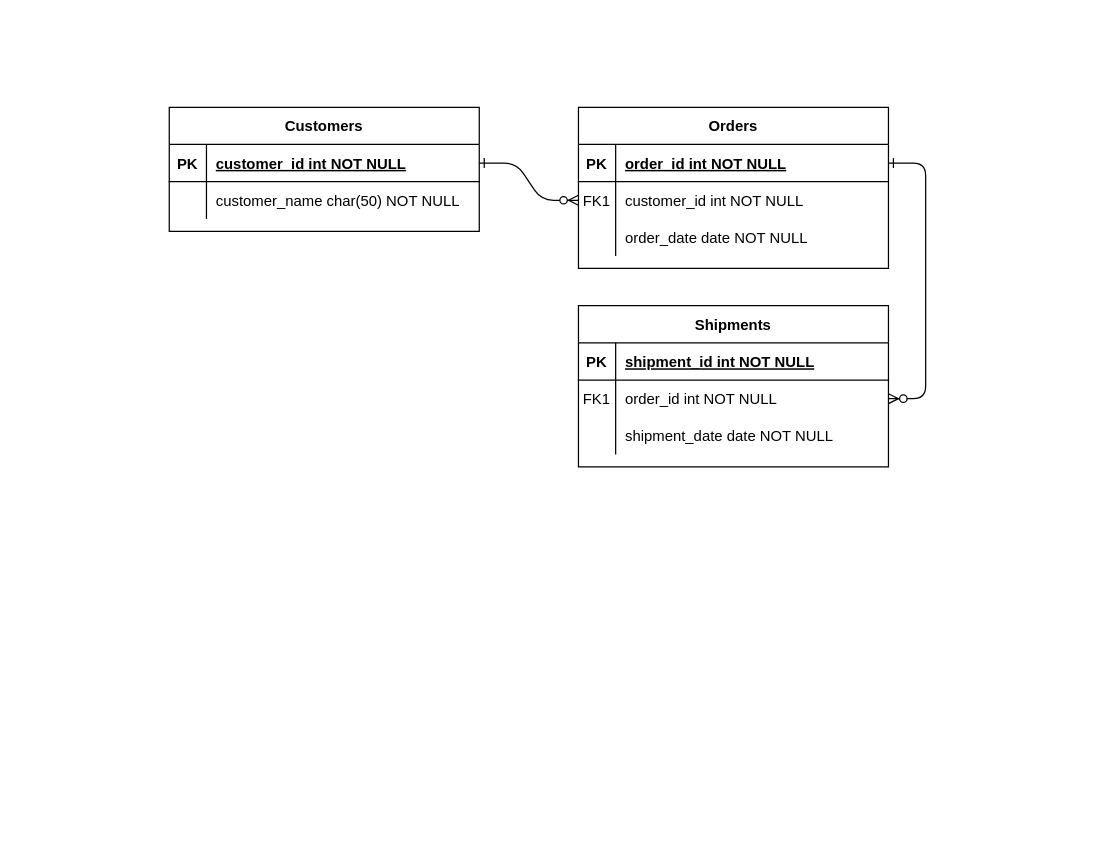
Earlier version of the draw.io diagram Projeck Kost-kostan.drawio (Adamyr159/Basis-Data-). Source tidied: cells renumbered, new cells numbered last; positions are measured from the earlier drawing's top-left corner, leaving out a move shared by most shapes. Both pictures are drawn from the tidied source at 124%, with x=0, y=0 at pixel (169, 107).
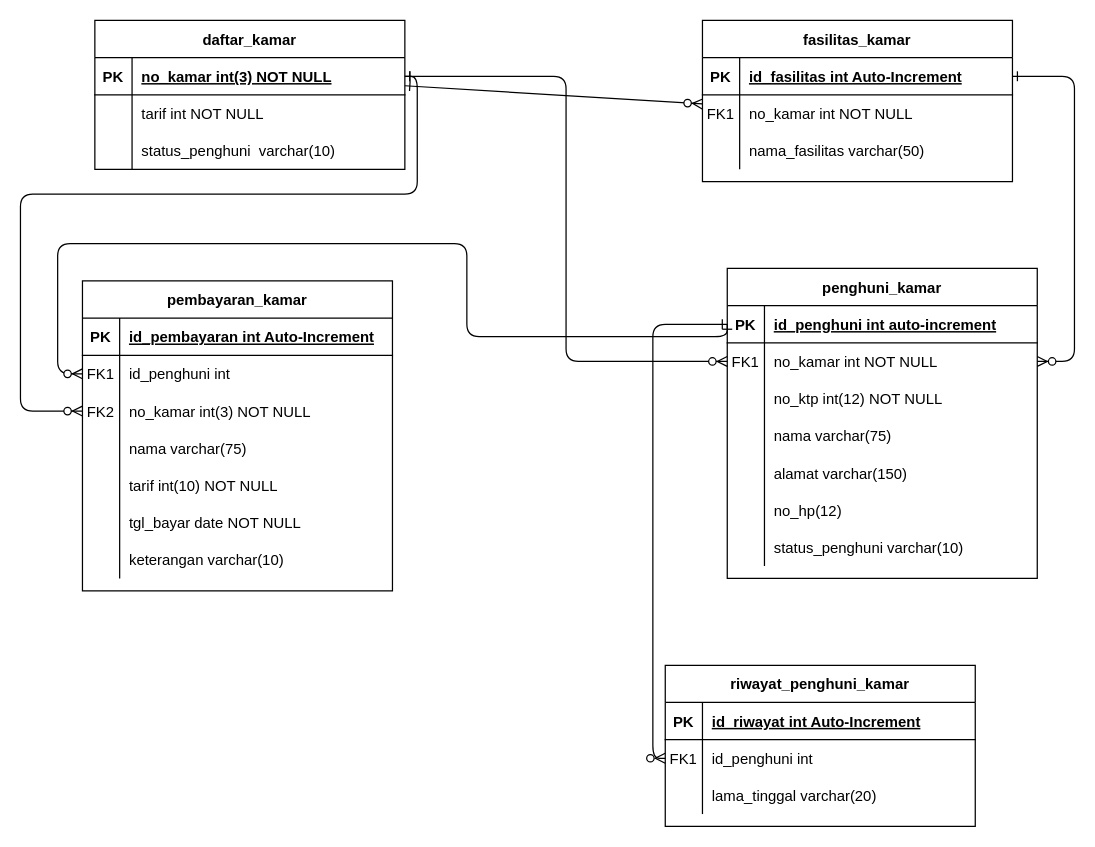
The same page after the edit.

Unchanged cells that the change refers to:
```xml
<mxCell id="5" style="shape=partialRectangle;fillColor=none;points=[[0,0.5],[1,0.5]];portConstraint=eastwest;top=0;left=0;right=0;bottom=1;" parent="4" vertex="1">
  <mxGeometry y="30" width="250" height="30" as="geometry" />
</mxCell>
<mxCell id="8" style="shape=partialRectangle;fillColor=none;points=[[0,0.5],[1,0.5]];portConstraint=eastwest;top=0;left=0;right=0;bottom=0;" parent="4" vertex="1">
  <mxGeometry y="60" width="250" height="30" as="geometry" />
</mxCell>
<mxCell id="11" style="shape=partialRectangle;fillColor=none;top=0;left=0;right=0;bottom=0;" parent="4" vertex="1">
  <mxGeometry y="90" width="250" height="30" as="geometry" />
</mxCell>
<mxCell id="15" style="shape=partialRectangle;fillColor=none;points=[[0,0.5],[1,0.5]];portConstraint=eastwest;top=0;left=0;right=0;bottom=1;" parent="14" vertex="1">
  <mxGeometry y="30" width="250" height="30" as="geometry" />
</mxCell>
<mxCell id="18" style="shape=partialRectangle;fillColor=none;points=[[0,0.5],[1,0.5]];portConstraint=eastwest;top=0;left=0;right=0;bottom=0;" parent="14" vertex="1">
  <mxGeometry y="60" width="250" height="30" as="geometry" />
</mxCell>
<mxCell id="21" style="shape=partialRectangle;fillColor=none;top=0;left=0;right=0;bottom=0;" parent="14" vertex="1">
  <mxGeometry y="90" width="250" height="30" as="geometry" />
</mxCell>
<mxCell id="25" style="shape=partialRectangle;fillColor=none;points=[[0,0.5],[1,0.5]];portConstraint=eastwest;top=0;left=0;right=0;bottom=1;" parent="24" vertex="1">
  <mxGeometry y="30" width="250" height="30" as="geometry" />
</mxCell>
<mxCell id="28" style="shape=partialRectangle;fillColor=none;top=0;left=0;right=0;bottom=0;" parent="24" vertex="1">
  <mxGeometry y="60" width="250" height="30" as="geometry" />
</mxCell>
```

The edit, as a diff of the source:
```diff
@@
-    <mxCell id="2" style="edgeStyle=entityRelationEdgeStyle;endArrow=ERzeroToMany;startArrow=ERone;endFill=1;startFill=0;" parent="1" edge="1" source="25" target="8">
+    <mxCell id="2" style="endArrow=ERzeroToMany;startArrow=ERone;endFill=1;startFill=0;" parent="1" edge="1" source="25" target="8">
       <mxGeometry relative="1" as="geometry" />
     </mxCell>
@@
-    <mxCell id="4" value="Orders" style="shape=table;startSize=30;childLayout=tableLayout;rowLines=0;fontStyle=1;align=center;" parent="1" vertex="1">
-      <mxGeometry x="330" width="250" height="130" as="geometry" />
+    <mxCell id="4" value="fasilitas_kamar" style="shape=table;startSize=30;childLayout=tableLayout;rowLines=0;fontStyle=1;align=center;" parent="1" vertex="1">
+      <mxGeometry x="430" y="-70" width="250" height="130" as="geometry" />
     </mxCell>
@@
-    <mxCell id="7" value="order_id int NOT NULL " style="shape=partialRectangle;overflow=hidden;fillColor=none;top=0;left=0;bottom=0;right=0;align=left;spacingLeft=6;fontStyle=5;" parent="5" vertex="1">
+    <mxCell id="7" value="id_fasilitas int Auto-Increment" style="shape=partialRectangle;overflow=hidden;fillColor=none;top=0;left=0;bottom=0;right=0;align=left;spacingLeft=6;fontStyle=5;" parent="5" vertex="1">
       <mxGeometry x="30" width="220" height="30" as="geometry" />
     </mxCell>
@@
-    <mxCell id="10" value="customer_id int NOT NULL" style="shape=partialRectangle;overflow=hidden;fillColor=none;top=0;left=0;bottom=0;right=0;align=left;spacingLeft=6;" parent="8" vertex="1">
+    <mxCell id="10" value="no_kamar int NOT NULL" style="shape=partialRectangle;overflow=hidden;fillColor=none;top=0;left=0;bottom=0;right=0;align=left;spacingLeft=6;" parent="8" vertex="1">
       <mxGeometry x="30" width="220" height="30" as="geometry" />
     </mxCell>
@@
-    <mxCell id="13" value="order_date date NOT NULL" style="shape=partialRectangle;overflow=hidden;fillColor=none;top=0;left=0;bottom=0;right=0;align=left;spacingLeft=6;" parent="11" vertex="1">
+    <mxCell id="13" value="nama_fasilitas varchar(50)" style="shape=partialRectangle;overflow=hidden;fillColor=none;top=0;left=0;bottom=0;right=0;align=left;spacingLeft=6;" parent="11" vertex="1">
       <mxGeometry x="30" width="220" height="30" as="geometry" />
     </mxCell>
-    <mxCell id="14" value="Shipments" style="shape=table;startSize=30;childLayout=tableLayout;rowLines=0;fontStyle=1;align=center;" parent="1" vertex="1">
-      <mxGeometry x="330" y="160" width="250" height="130" as="geometry" />
+    <mxCell id="14" value="penghuni_kamar" style="shape=table;startSize=30;childLayout=tableLayout;rowLines=0;fontStyle=1;align=center;" parent="1" vertex="1">
+      <mxGeometry x="450" y="130" width="250" height="250" as="geometry" />
     </mxCell>
@@
-    <mxCell id="17" value="shipment_id int NOT NULL " style="shape=partialRectangle;overflow=hidden;fillColor=none;top=0;left=0;bottom=0;right=0;align=left;spacingLeft=6;fontStyle=5;" parent="15" vertex="1">
+    <mxCell id="17" value="id_penghuni int auto-increment" style="shape=partialRectangle;overflow=hidden;fillColor=none;top=0;left=0;bottom=0;right=0;align=left;spacingLeft=6;fontStyle=5;" parent="15" vertex="1">
       <mxGeometry x="30" width="220" height="30" as="geometry" />
     </mxCell>
@@
-    <mxCell id="20" value="order_id int NOT NULL" style="shape=partialRectangle;overflow=hidden;fillColor=none;top=0;left=0;bottom=0;right=0;align=left;spacingLeft=6;" parent="18" vertex="1">
+    <mxCell id="20" value="no_kamar int NOT NULL" style="shape=partialRectangle;overflow=hidden;fillColor=none;top=0;left=0;bottom=0;right=0;align=left;spacingLeft=6;" parent="18" vertex="1">
       <mxGeometry x="30" width="220" height="30" as="geometry" />
     </mxCell>
@@
-    <mxCell id="23" value="shipment_date date NOT NULL" style="shape=partialRectangle;overflow=hidden;fillColor=none;top=0;left=0;bottom=0;right=0;align=left;spacingLeft=6;" parent="21" vertex="1">
+    <mxCell id="23" value="no_ktp int(12) NOT NULL" style="shape=partialRectangle;overflow=hidden;fillColor=none;top=0;left=0;bottom=0;right=0;align=left;spacingLeft=6;" parent="21" vertex="1">
       <mxGeometry x="30" width="220" height="30" as="geometry" />
     </mxCell>
+    <mxCell id="31" style="shape=partialRectangle;fillColor=none;top=0;left=0;right=0;bottom=0;" parent="14" vertex="1">
+      <mxGeometry y="120" width="250" height="30" as="geometry" />
+    </mxCell>
+    <mxCell id="32" style="shape=partialRectangle;overflow=hidden;fillColor=none;top=0;left=0;bottom=0;right=0;" parent="31" vertex="1">
+      <mxGeometry width="30" height="30" as="geometry" />
+    </mxCell>
+    <mxCell id="33" value="nama varchar(75) " style="shape=partialRectangle;overflow=hidden;fillColor=none;top=0;left=0;bottom=0;right=0;align=left;spacingLeft=6;" parent="31" vertex="1">
+      <mxGeometry x="30" width="220" height="30" as="geometry" />
+    </mxCell>
+    <mxCell id="34" style="shape=partialRectangle;fillColor=none;top=0;left=0;right=0;bottom=0;" parent="14" vertex="1">
+      <mxGeometry y="150" width="250" height="30" as="geometry" />
+    </mxCell>
+    <mxCell id="35" style="shape=partialRectangle;overflow=hidden;fillColor=none;top=0;left=0;bottom=0;right=0;" parent="34" vertex="1">
+      <mxGeometry width="30" height="30" as="geometry" />
+    </mxCell>
+    <mxCell id="36" value="alamat varchar(150) " style="shape=partialRectangle;overflow=hidden;fillColor=none;top=0;left=0;bottom=0;right=0;align=left;spacingLeft=6;" parent="34" vertex="1">
+      <mxGeometry x="30" width="220" height="30" as="geometry" />
+    </mxCell>
+    <mxCell id="37" style="shape=partialRectangle;fillColor=none;top=0;left=0;right=0;bottom=0;" parent="14" vertex="1">
+      <mxGeometry y="180" width="250" height="30" as="geometry" />
+    </mxCell>
+    <mxCell id="38" style="shape=partialRectangle;overflow=hidden;fillColor=none;top=0;left=0;bottom=0;right=0;" parent="37" vertex="1">
+      <mxGeometry width="30" height="30" as="geometry" />
+    </mxCell>
+    <mxCell id="39" value="no_hp(12) " style="shape=partialRectangle;overflow=hidden;fillColor=none;top=0;left=0;bottom=0;right=0;align=left;spacingLeft=6;" parent="37" vertex="1">
+      <mxGeometry x="30" width="220" height="30" as="geometry" />
+    </mxCell>
+    <mxCell id="40" style="shape=partialRectangle;fillColor=none;top=0;left=0;right=0;bottom=0;" parent="14" vertex="1">
+      <mxGeometry y="210" width="250" height="30" as="geometry" />
+    </mxCell>
+    <mxCell id="41" style="shape=partialRectangle;overflow=hidden;fillColor=none;top=0;left=0;bottom=0;right=0;" parent="40" vertex="1">
+      <mxGeometry width="30" height="30" as="geometry" />
+    </mxCell>
+    <mxCell id="42" value="status_penghuni varchar(10)" style="shape=partialRectangle;overflow=hidden;fillColor=none;top=0;left=0;bottom=0;right=0;align=left;spacingLeft=6;" parent="40" vertex="1">
+      <mxGeometry x="30" width="220" height="30" as="geometry" />
+    </mxCell>
-    <mxCell id="24" value="Customers" style="shape=table;startSize=30;childLayout=tableLayout;rowLines=0;fontStyle=1;align=center;" parent="1" vertex="1">
-      <mxGeometry width="250" height="100" as="geometry" />
+    <mxCell id="24" value="daftar_kamar" style="shape=table;startSize=30;childLayout=tableLayout;rowLines=0;fontStyle=1;align=center;" parent="1" vertex="1">
+      <mxGeometry x="-60" y="-70" width="250" height="120" as="geometry" />
     </mxCell>
@@
-    <mxCell id="27" value="customer_id int NOT NULL " style="shape=partialRectangle;overflow=hidden;fillColor=none;top=0;left=0;bottom=0;right=0;align=left;spacingLeft=6;fontStyle=5;" parent="25" vertex="1">
+    <mxCell id="27" value="no_kamar int(3) NOT NULL" style="shape=partialRectangle;overflow=hidden;fillColor=none;top=0;left=0;bottom=0;right=0;align=left;spacingLeft=6;fontStyle=5;" parent="25" vertex="1">
       <mxGeometry x="30" width="220" height="30" as="geometry" />
     </mxCell>
@@
-    <mxCell id="30" value="customer_name char(50) NOT NULL" style="shape=partialRectangle;overflow=hidden;fillColor=none;top=0;left=0;bottom=0;right=0;align=left;spacingLeft=6;" parent="28" vertex="1">
+    <mxCell id="30" value="tarif int NOT NULL" style="shape=partialRectangle;overflow=hidden;fillColor=none;top=0;left=0;bottom=0;right=0;align=left;spacingLeft=6;" parent="28" vertex="1">
       <mxGeometry x="30" width="220" height="30" as="geometry" />
     </mxCell>
+    <mxCell id="43" style="shape=partialRectangle;fillColor=none;top=0;left=0;right=0;bottom=0;" parent="24" vertex="1">
+      <mxGeometry y="90" width="250" height="30" as="geometry" />
+    </mxCell>
+    <mxCell id="44" style="shape=partialRectangle;overflow=hidden;fillColor=none;top=0;left=0;bottom=0;right=0;" parent="43" vertex="1">
+      <mxGeometry width="30" height="30" as="geometry" />
+    </mxCell>
+    <mxCell id="45" value="status_penghuni  varchar(10)" style="shape=partialRectangle;overflow=hidden;fillColor=none;top=0;left=0;bottom=0;right=0;align=left;spacingLeft=6;" parent="43" vertex="1">
+      <mxGeometry x="30" width="220" height="30" as="geometry" />
+    </mxCell>
+    <mxCell id="46" value="pembayaran_kamar" style="shape=table;startSize=30;childLayout=tableLayout;rowLines=0;fontStyle=1;align=center;" parent="1" vertex="1">
+      <mxGeometry x="-70" y="140" width="250" height="250" as="geometry" />
+    </mxCell>
+    <mxCell id="47" style="shape=partialRectangle;fillColor=none;top=0;left=0;right=0;bottom=1;" parent="46" vertex="1">
+      <mxGeometry y="30" width="250" height="30" as="geometry" />
+    </mxCell>
+    <mxCell id="48" value="PK" style="shape=partialRectangle;overflow=hidden;fillColor=none;top=0;left=0;bottom=0;right=0;fontStyle=1;" parent="47" vertex="1">
+      <mxGeometry width="30" height="30" as="geometry" />
+    </mxCell>
+    <mxCell id="49" value="id_pembayaran int Auto-Increment" style="shape=partialRectangle;overflow=hidden;fillColor=none;top=0;left=0;bottom=0;right=0;align=left;spacingLeft=6;fontStyle=5;" parent="47" vertex="1">
+      <mxGeometry x="30" width="220" height="30" as="geometry" />
+    </mxCell>
+    <mxCell id="50" style="shape=partialRectangle;fillColor=none;points=[[0,0.5],[1,0.5]];portConstraint=eastwest;top=0;left=0;right=0;bottom=0;" parent="46" vertex="1">
+      <mxGeometry y="60" width="250" height="30" as="geometry" />
+    </mxCell>
+    <mxCell id="51" value="FK1" style="shape=partialRectangle;overflow=hidden;fillColor=none;top=0;left=0;bottom=0;right=0;" parent="50" vertex="1">
+      <mxGeometry width="30" height="30" as="geometry" />
+    </mxCell>
+    <mxCell id="52" value="id_penghuni int" style="shape=partialRectangle;overflow=hidden;fillColor=none;top=0;left=0;bottom=0;right=0;align=left;spacingLeft=6;" parent="50" vertex="1">
+      <mxGeometry x="30" width="220" height="30" as="geometry" />
+    </mxCell>
+    <mxCell id="53" style="shape=partialRectangle;fillColor=none;points=[[0,0.5],[1,0.5]];portConstraint=eastwest;top=0;left=0;right=0;bottom=0;" parent="46" vertex="1">
+      <mxGeometry y="90" width="250" height="30" as="geometry" />
+    </mxCell>
+    <mxCell id="54" value="FK2" style="shape=partialRectangle;overflow=hidden;fillColor=none;top=0;left=0;bottom=0;right=0;" parent="53" vertex="1">
+      <mxGeometry width="30" height="30" as="geometry" />
+    </mxCell>
+    <mxCell id="55" value="no_kamar int(3) NOT NULL" style="shape=partialRectangle;overflow=hidden;fillColor=none;top=0;left=0;bottom=0;right=0;align=left;spacingLeft=6;" parent="53" vertex="1">
+      <mxGeometry x="30" width="220" height="30" as="geometry" />
+    </mxCell>
+    <mxCell id="56" style="shape=partialRectangle;fillColor=none;top=0;left=0;right=0;bottom=0;" parent="46" vertex="1">
+      <mxGeometry y="120" width="250" height="30" as="geometry" />
+    </mxCell>
+    <mxCell id="57" style="shape=partialRectangle;overflow=hidden;fillColor=none;top=0;left=0;bottom=0;right=0;" parent="56" vertex="1">
+      <mxGeometry width="30" height="30" as="geometry" />
+    </mxCell>
+    <mxCell id="58" value="nama varchar(75) " style="shape=partialRectangle;overflow=hidden;fillColor=none;top=0;left=0;bottom=0;right=0;align=left;spacingLeft=6;" parent="56" vertex="1">
+      <mxGeometry x="30" width="220" height="30" as="geometry" />
+    </mxCell>
+    <mxCell id="59" style="shape=partialRectangle;fillColor=none;top=0;left=0;right=0;bottom=0;" parent="46" vertex="1">
+      <mxGeometry y="150" width="250" height="30" as="geometry" />
+    </mxCell>
+    <mxCell id="60" style="shape=partialRectangle;overflow=hidden;fillColor=none;top=0;left=0;bottom=0;right=0;" parent="59" vertex="1">
+      <mxGeometry width="30" height="30" as="geometry" />
+    </mxCell>
+    <mxCell id="61" value="tarif int(10) NOT NULL" style="shape=partialRectangle;overflow=hidden;fillColor=none;top=0;left=0;bottom=0;right=0;align=left;spacingLeft=6;" parent="59" vertex="1">
+      <mxGeometry x="30" width="220" height="30" as="geometry" />
+    </mxCell>
+    <mxCell id="62" style="shape=partialRectangle;fillColor=none;top=0;left=0;right=0;bottom=0;" parent="46" vertex="1">
+      <mxGeometry y="180" width="250" height="30" as="geometry" />
+    </mxCell>
+    <mxCell id="63" style="shape=partialRectangle;overflow=hidden;fillColor=none;top=0;left=0;bottom=0;right=0;" parent="62" vertex="1">
+      <mxGeometry width="30" height="30" as="geometry" />
+    </mxCell>
+    <mxCell id="64" value="tgl_bayar date NOT NULL" style="shape=partialRectangle;overflow=hidden;fillColor=none;top=0;left=0;bottom=0;right=0;align=left;spacingLeft=6;" parent="62" vertex="1">
+      <mxGeometry x="30" width="220" height="30" as="geometry" />
+    </mxCell>
+    <mxCell id="65" style="shape=partialRectangle;fillColor=none;top=0;left=0;right=0;bottom=0;" parent="46" vertex="1">
+      <mxGeometry y="210" width="250" height="30" as="geometry" />
+    </mxCell>
+    <mxCell id="66" style="shape=partialRectangle;overflow=hidden;fillColor=none;top=0;left=0;bottom=0;right=0;" parent="65" vertex="1">
+      <mxGeometry width="30" height="30" as="geometry" />
+    </mxCell>
+    <mxCell id="67" value="keterangan varchar(10)" style="shape=partialRectangle;overflow=hidden;fillColor=none;top=0;left=0;bottom=0;right=0;align=left;spacingLeft=6;" parent="65" vertex="1">
+      <mxGeometry x="30" width="220" height="30" as="geometry" />
+    </mxCell>
+    <mxCell id="68" value="riwayat_penghuni_kamar" style="shape=table;startSize=30;childLayout=tableLayout;rowLines=0;fontStyle=1;align=center;" parent="1" vertex="1">
+      <mxGeometry x="400" y="450" width="250" height="130" as="geometry" />
+    </mxCell>
+    <mxCell id="69" style="shape=partialRectangle;fillColor=none;top=0;left=0;right=0;bottom=1;" parent="68" vertex="1">
+      <mxGeometry y="30" width="250" height="30" as="geometry" />
+    </mxCell>
+    <mxCell id="70" value="PK" style="shape=partialRectangle;overflow=hidden;fillColor=none;top=0;left=0;bottom=0;right=0;fontStyle=1;" parent="69" vertex="1">
+      <mxGeometry width="30" height="30" as="geometry" />
+    </mxCell>
+    <mxCell id="71" value="id_riwayat int Auto-Increment" style="shape=partialRectangle;overflow=hidden;fillColor=none;top=0;left=0;bottom=0;right=0;align=left;spacingLeft=6;fontStyle=5;" parent="69" vertex="1">
+      <mxGeometry x="30" width="220" height="30" as="geometry" />
+    </mxCell>
+    <mxCell id="72" style="shape=partialRectangle;fillColor=none;points=[[0,0.5],[1,0.5]];portConstraint=eastwest;top=0;left=0;right=0;bottom=0;" parent="68" vertex="1">
+      <mxGeometry y="60" width="250" height="30" as="geometry" />
+    </mxCell>
+    <mxCell id="73" value="FK1" style="shape=partialRectangle;overflow=hidden;fillColor=none;top=0;left=0;bottom=0;right=0;" parent="72" vertex="1">
+      <mxGeometry width="30" height="30" as="geometry" />
+    </mxCell>
+    <mxCell id="74" value="id_penghuni int" style="shape=partialRectangle;overflow=hidden;fillColor=none;top=0;left=0;bottom=0;right=0;align=left;spacingLeft=6;" parent="72" vertex="1">
+      <mxGeometry x="30" width="220" height="30" as="geometry" />
+    </mxCell>
+    <mxCell id="75" style="shape=partialRectangle;fillColor=none;top=0;left=0;right=0;bottom=0;" parent="68" vertex="1">
+      <mxGeometry y="90" width="250" height="30" as="geometry" />
+    </mxCell>
+    <mxCell id="76" style="shape=partialRectangle;overflow=hidden;fillColor=none;top=0;left=0;bottom=0;right=0;" parent="75" vertex="1">
+      <mxGeometry width="30" height="30" as="geometry" />
+    </mxCell>
+    <mxCell id="77" value="lama_tinggal varchar(20)" style="shape=partialRectangle;overflow=hidden;fillColor=none;top=0;left=0;bottom=0;right=0;align=left;spacingLeft=6;" parent="75" vertex="1">
+      <mxGeometry x="30" width="220" height="30" as="geometry" />
+    </mxCell>
+    <mxCell id="78" style="edgeStyle=orthogonalEdgeStyle;endArrow=ERzeroToMany;startArrow=ERone;endFill=1;startFill=0;exitX=0;exitY=0.5;exitDx=0;exitDy=0;entryX=0;entryY=0.5;entryDx=0;entryDy=0;" parent="1" edge="1" source="15" target="50">
+      <mxGeometry relative="1" as="geometry">
+        <Array as="points">
+          <mxPoint x="240" y="185" />
+          <mxPoint x="240" y="110" />
+          <mxPoint x="-90" y="110" />
+          <mxPoint x="-90" y="215" />
+        </Array>
+      </mxGeometry>
+    </mxCell>
+    <mxCell id="79" style="edgeStyle=orthogonalEdgeStyle;endArrow=ERzeroToMany;startArrow=ERone;endFill=1;startFill=0;exitX=1;exitY=0.5;exitDx=0;exitDy=0;entryX=0;entryY=0.5;entryDx=0;entryDy=0;" parent="1" edge="1" source="25" target="53">
+      <mxGeometry relative="1" as="geometry">
+        <Array as="points">
+          <mxPoint x="200" y="-25" />
+          <mxPoint x="200" y="70" />
+          <mxPoint x="-120" y="70" />
+          <mxPoint x="-120" y="245" />
+        </Array>
+      </mxGeometry>
+    </mxCell>
+    <mxCell id="80" style="edgeStyle=orthogonalEdgeStyle;endArrow=ERzeroToMany;startArrow=ERone;endFill=1;startFill=0;entryX=0;entryY=0.5;entryDx=0;entryDy=0;exitX=1;exitY=0.5;exitDx=0;exitDy=0;" parent="1" edge="1" source="25" target="18">
+      <mxGeometry relative="1" as="geometry" />
+    </mxCell>
+    <mxCell id="81" style="edgeStyle=orthogonalEdgeStyle;endArrow=ERzeroToMany;startArrow=ERone;endFill=1;startFill=0;entryX=0;entryY=0.5;entryDx=0;entryDy=0;exitX=0;exitY=0.5;exitDx=0;exitDy=0;" parent="1" edge="1" source="15" target="72">
+      <mxGeometry relative="1" as="geometry" />
+    </mxCell>
```
